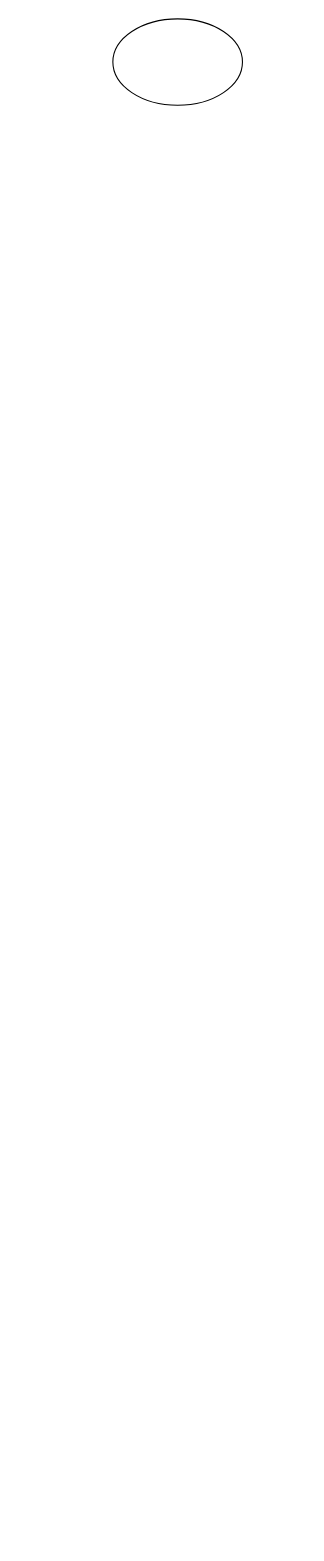
Before: Lab 1/Лаб16-17.drawio in b8enly/Alg, a draw.io diagram. Source tidied: cells renumbered, new cells numbered last; positions are measured from the earlier drawing's top-left corner, leaving out a move shared by most shapes. Both pictures are drawn from the tidied source at 108%, with x=0, y=0 at pixel (112, 18).
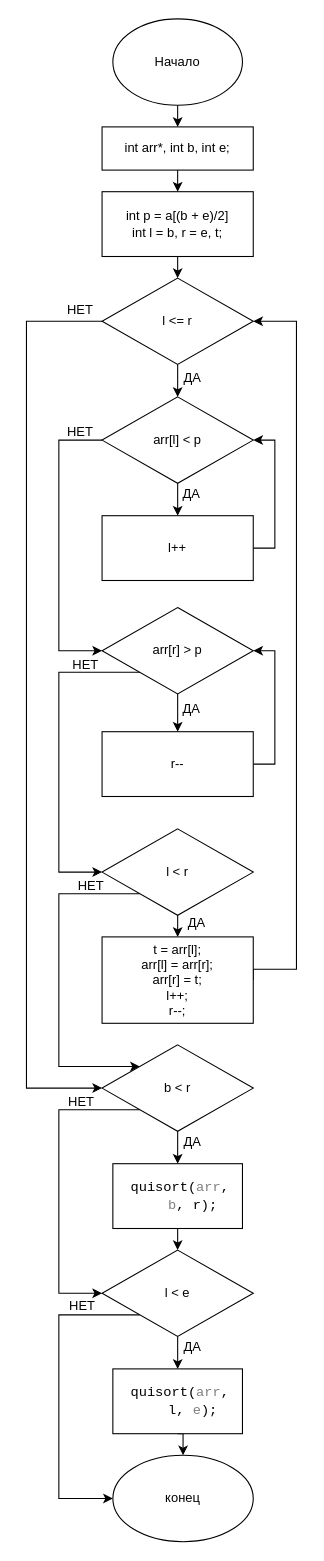
The same diagram, later.

Unchanged cells that the change refers to:
```xml
<mxCell id="2" style="ellipse;whiteSpace=wrap;html=1;" parent="1" vertex="1">
  <mxGeometry width="120" height="80" as="geometry" />
</mxCell>
```

The edit, as a diff of the source:
```diff
@@
+    <mxCell id="3" style="edgeStyle=orthogonalEdgeStyle;rounded=0;jettySize=auto;html=1;exitX=0.5;exitY=1;exitDx=0;exitDy=0;entryX=0.5;entryY=0;entryDx=0;entryDy=0;" parent="1" edge="1" source="2" target="5">
+      <mxGeometry relative="1" as="geometry" />
+    </mxCell>
@@
+    <mxCell id="4" style="edgeStyle=orthogonalEdgeStyle;rounded=0;jettySize=auto;html=1;exitX=0.5;exitY=1;exitDx=0;exitDy=0;entryX=0.5;entryY=0;entryDx=0;entryDy=0;" parent="1" edge="1" source="5" target="35">
+      <mxGeometry relative="1" as="geometry" />
+    </mxCell>
+    <mxCell id="5" style="rounded=0;whiteSpace=wrap;html=1;" parent="1" vertex="1">
+      <mxGeometry x="-10" y="100" width="140" height="40" as="geometry" />
+    </mxCell>
+    <mxCell id="6" style="edgeStyle=orthogonalEdgeStyle;rounded=0;jettySize=auto;html=1;exitX=0.5;exitY=1;exitDx=0;exitDy=0;entryX=0.5;entryY=0;entryDx=0;entryDy=0;" parent="1" edge="1" source="8" target="11">
+      <mxGeometry relative="1" as="geometry" />
+    </mxCell>
+    <mxCell id="7" style="edgeStyle=orthogonalEdgeStyle;rounded=0;jettySize=auto;html=1;exitX=0;exitY=0.5;exitDx=0;exitDy=0;entryX=0;entryY=0.5;entryDx=0;entryDy=0;" parent="1" edge="1" source="8" target="22">
+      <mxGeometry relative="1" as="geometry">
+        <Array as="points">
+          <mxPoint x="-80" y="280" />
+          <mxPoint x="-80" y="990" />
+        </Array>
+      </mxGeometry>
+    </mxCell>
+    <mxCell id="8" style="rhombus;whiteSpace=wrap;html=1;" parent="1" vertex="1">
+      <mxGeometry x="-10" y="240" width="140" height="80" as="geometry" />
+    </mxCell>
+    <mxCell id="9" style="edgeStyle=orthogonalEdgeStyle;rounded=0;jettySize=auto;html=1;exitX=0.5;exitY=1;exitDx=0;exitDy=0;entryX=0.5;entryY=0;entryDx=0;entryDy=0;" parent="1" edge="1" source="11" target="38">
+      <mxGeometry relative="1" as="geometry" />
+    </mxCell>
+    <mxCell id="10" style="edgeStyle=orthogonalEdgeStyle;rounded=0;jettySize=auto;html=1;exitX=0;exitY=0.5;exitDx=0;exitDy=0;entryX=0;entryY=0.5;entryDx=0;entryDy=0;" parent="1" edge="1" source="11" target="14">
+      <mxGeometry relative="1" as="geometry">
+        <Array as="points">
+          <mxPoint x="-50" y="390" />
+          <mxPoint x="-50" y="585" />
+        </Array>
+      </mxGeometry>
+    </mxCell>
+    <mxCell id="11" style="rhombus;whiteSpace=wrap;html=1;" parent="1" vertex="1">
+      <mxGeometry x="-10" y="350" width="140" height="80" as="geometry" />
+    </mxCell>
+    <mxCell id="12" style="edgeStyle=orthogonalEdgeStyle;rounded=0;jettySize=auto;html=1;exitX=0;exitY=1;exitDx=0;exitDy=0;entryX=0;entryY=0.5;entryDx=0;entryDy=0;" parent="1" edge="1" source="14" target="17">
+      <mxGeometry relative="1" as="geometry">
+        <Array as="points">
+          <mxPoint x="-50" y="605" />
+          <mxPoint x="-50" y="790" />
+        </Array>
+      </mxGeometry>
+    </mxCell>
+    <mxCell id="13" style="edgeStyle=orthogonalEdgeStyle;rounded=0;jettySize=auto;html=1;exitX=0.5;exitY=1;exitDx=0;exitDy=0;entryX=0.5;entryY=0;entryDx=0;entryDy=0;" parent="1" edge="1" source="14" target="40">
+      <mxGeometry relative="1" as="geometry" />
+    </mxCell>
+    <mxCell id="14" style="rhombus;whiteSpace=wrap;html=1;" parent="1" vertex="1">
+      <mxGeometry x="-10" y="545" width="140" height="80" as="geometry" />
+    </mxCell>
+    <mxCell id="15" style="edgeStyle=orthogonalEdgeStyle;rounded=0;jettySize=auto;html=1;exitX=0.5;exitY=1;exitDx=0;exitDy=0;entryX=0.5;entryY=0;entryDx=0;entryDy=0;" parent="1" edge="1" source="17" target="19">
+      <mxGeometry relative="1" as="geometry" />
+    </mxCell>
+    <mxCell id="16" style="edgeStyle=orthogonalEdgeStyle;rounded=0;jettySize=auto;html=1;exitX=0;exitY=1;exitDx=0;exitDy=0;entryX=0;entryY=0;entryDx=0;entryDy=0;" parent="1" edge="1" source="17" target="22">
+      <mxGeometry relative="1" as="geometry">
+        <Array as="points">
+          <mxPoint x="-50" y="810" />
+          <mxPoint x="-50" y="970" />
+        </Array>
+      </mxGeometry>
+    </mxCell>
+    <mxCell id="17" style="rhombus;whiteSpace=wrap;html=1;" parent="1" vertex="1">
+      <mxGeometry x="-10" y="750" width="140" height="80" as="geometry" />
+    </mxCell>
+    <mxCell id="18" style="edgeStyle=orthogonalEdgeStyle;rounded=0;jettySize=auto;html=1;exitX=1;exitY=0.5;exitDx=0;exitDy=0;entryX=1;entryY=0.5;entryDx=0;entryDy=0;" parent="1" edge="1" source="19" target="8">
+      <mxGeometry relative="1" as="geometry">
+        <Array as="points">
+          <mxPoint x="170" y="880" />
+          <mxPoint x="170" y="280" />
+        </Array>
+      </mxGeometry>
+    </mxCell>
+    <mxCell id="19" style="rounded=0;whiteSpace=wrap;html=1;" parent="1" vertex="1">
+      <mxGeometry x="-10" y="850" width="140" height="80" as="geometry" />
+    </mxCell>
+    <mxCell id="20" style="edgeStyle=orthogonalEdgeStyle;rounded=0;jettySize=auto;html=1;exitX=0.5;exitY=1;exitDx=0;exitDy=0;entryX=0.5;entryY=0;entryDx=0;entryDy=0;" parent="1" edge="1" source="22" target="28">
+      <mxGeometry relative="1" as="geometry" />
+    </mxCell>
+    <mxCell id="21" style="edgeStyle=orthogonalEdgeStyle;rounded=0;jettySize=auto;html=1;exitX=0;exitY=1;exitDx=0;exitDy=0;entryX=0;entryY=0.5;entryDx=0;entryDy=0;" parent="1" edge="1" source="22" target="25">
+      <mxGeometry relative="1" as="geometry">
+        <Array as="points">
+          <mxPoint x="-50" y="1010" />
+          <mxPoint x="-50" y="1180" />
+        </Array>
+      </mxGeometry>
+    </mxCell>
+    <mxCell id="22" style="rhombus;whiteSpace=wrap;html=1;" parent="1" vertex="1">
+      <mxGeometry x="-10" y="950" width="140" height="80" as="geometry" />
+    </mxCell>
+    <mxCell id="23" style="edgeStyle=orthogonalEdgeStyle;rounded=0;jettySize=auto;html=1;exitX=0.5;exitY=1;exitDx=0;exitDy=0;entryX=0.5;entryY=0;entryDx=0;entryDy=0;" parent="1" edge="1" source="25" target="30">
+      <mxGeometry relative="1" as="geometry" />
+    </mxCell>
+    <mxCell id="24" style="edgeStyle=orthogonalEdgeStyle;rounded=0;jettySize=auto;html=1;exitX=0;exitY=1;exitDx=0;exitDy=0;entryX=0;entryY=0.5;entryDx=0;entryDy=0;" parent="1" edge="1" source="25" target="31">
+      <mxGeometry relative="1" as="geometry">
+        <Array as="points">
+          <mxPoint x="-50" y="1200" />
+          <mxPoint x="-50" y="1370" />
+        </Array>
+      </mxGeometry>
+    </mxCell>
+    <mxCell id="25" style="rhombus;whiteSpace=wrap;html=1;" parent="1" vertex="1">
+      <mxGeometry x="-10" y="1140" width="140" height="80" as="geometry" />
+    </mxCell>
+    <mxCell id="26" value="Начало" style="text;html=1;strokeColor=none;fillColor=none;align=center;verticalAlign=middle;whiteSpace=wrap;rounded=0;" parent="1" vertex="1">
+      <mxGeometry x="10" y="30" width="100" height="20" as="geometry" />
+    </mxCell>
+    <mxCell id="27" style="edgeStyle=orthogonalEdgeStyle;rounded=0;jettySize=auto;html=1;exitX=0.5;exitY=1;exitDx=0;exitDy=0;entryX=0.5;entryY=0;entryDx=0;entryDy=0;" parent="1" edge="1" source="28" target="25">
+      <mxGeometry relative="1" as="geometry" />
+    </mxCell>
+    <mxCell id="28" style="rounded=0;whiteSpace=wrap;html=1;" parent="1" vertex="1">
+      <mxGeometry y="1060" width="120" height="60" as="geometry" />
+    </mxCell>
+    <mxCell id="29" style="edgeStyle=orthogonalEdgeStyle;rounded=0;jettySize=auto;html=1;exitX=0.5;exitY=1;exitDx=0;exitDy=0;entryX=0.5;entryY=0;entryDx=0;entryDy=0;" parent="1" edge="1" source="30" target="31">
+      <mxGeometry relative="1" as="geometry" />
+    </mxCell>
+    <mxCell id="30" style="rounded=0;whiteSpace=wrap;html=1;" parent="1" vertex="1">
+      <mxGeometry y="1250" width="120" height="60" as="geometry" />
+    </mxCell>
+    <mxCell id="31" style="ellipse;whiteSpace=wrap;html=1;" parent="1" vertex="1">
+      <mxGeometry y="1330" width="130" height="80" as="geometry" />
+    </mxCell>
+    <mxCell id="32" style="rounded=0;whiteSpace=wrap;html=1;" parent="1" vertex="1">
+      <mxGeometry x="-10" y="160" width="140" height="60" as="geometry" />
+    </mxCell>
+    <mxCell id="33" value="int arr*, int b, int e;" style="text;html=1;strokeColor=none;fillColor=none;align=center;verticalAlign=middle;whiteSpace=wrap;rounded=0;" parent="1" vertex="1">
+      <mxGeometry x="-10" y="110" width="140" height="20" as="geometry" />
+    </mxCell>
+    <mxCell id="34" style="edgeStyle=orthogonalEdgeStyle;rounded=0;jettySize=auto;html=1;exitX=0.5;exitY=1;exitDx=0;exitDy=0;entryX=0.5;entryY=0;entryDx=0;entryDy=0;" parent="1" edge="1" source="35" target="8">
+      <mxGeometry relative="1" as="geometry" />
+    </mxCell>
+    <mxCell id="35" value="int p = a[(b + e)/2]&lt;br&gt;int l = b, r = e, t;" style="text;html=1;strokeColor=none;fillColor=none;align=center;verticalAlign=middle;whiteSpace=wrap;rounded=0;" parent="1" vertex="1">
+      <mxGeometry x="-10" y="160" width="140" height="60" as="geometry" />
+    </mxCell>
+    <mxCell id="36" value="l &amp;lt;= r" style="text;html=1;strokeColor=none;fillColor=none;align=center;verticalAlign=middle;whiteSpace=wrap;rounded=0;" parent="1" vertex="1">
+      <mxGeometry x="10" y="270" width="100" height="20" as="geometry" />
+    </mxCell>
+    <mxCell id="37" value="arr[l] &amp;lt; p" style="text;html=1;strokeColor=none;fillColor=none;align=center;verticalAlign=middle;whiteSpace=wrap;rounded=0;" parent="1" vertex="1">
+      <mxGeometry x="10" y="380" width="100" height="20" as="geometry" />
+    </mxCell>
+    <mxCell id="38" style="rounded=0;whiteSpace=wrap;html=1;" parent="1" vertex="1">
+      <mxGeometry x="-10" y="460" width="140" height="60" as="geometry" />
+    </mxCell>
+    <mxCell id="39" style="edgeStyle=orthogonalEdgeStyle;rounded=0;jettySize=auto;html=1;exitX=1;exitY=0.5;exitDx=0;exitDy=0;entryX=1;entryY=0.5;entryDx=0;entryDy=0;" parent="1" edge="1" source="40" target="14">
+      <mxGeometry relative="1" as="geometry" />
+    </mxCell>
+    <mxCell id="40" style="rounded=0;whiteSpace=wrap;html=1;" parent="1" vertex="1">
+      <mxGeometry x="-10" y="660" width="140" height="60" as="geometry" />
+    </mxCell>
+    <mxCell id="41" style="edgeStyle=orthogonalEdgeStyle;rounded=0;jettySize=auto;html=1;exitX=1;exitY=0.5;exitDx=0;exitDy=0;entryX=1;entryY=0.5;entryDx=0;entryDy=0;" parent="1" edge="1" source="42" target="11">
+      <mxGeometry relative="1" as="geometry" />
+    </mxCell>
+    <mxCell id="42" value="l++" style="text;html=1;strokeColor=none;fillColor=none;align=center;verticalAlign=middle;whiteSpace=wrap;rounded=0;" parent="1" vertex="1">
+      <mxGeometry x="-10" y="480" width="140" height="20" as="geometry" />
+    </mxCell>
+    <mxCell id="43" value="arr[r] &amp;gt; p" style="text;html=1;strokeColor=none;fillColor=none;align=center;verticalAlign=middle;whiteSpace=wrap;rounded=0;" parent="1" vertex="1">
+      <mxGeometry x="10" y="575" width="100" height="20" as="geometry" />
+    </mxCell>
+    <mxCell id="44" value="r--" style="text;html=1;strokeColor=none;fillColor=none;align=center;verticalAlign=middle;whiteSpace=wrap;rounded=0;" parent="1" vertex="1">
+      <mxGeometry x="-10" y="680" width="140" height="20" as="geometry" />
+    </mxCell>
+    <mxCell id="45" value="l &amp;lt; r" style="text;html=1;strokeColor=none;fillColor=none;align=center;verticalAlign=middle;whiteSpace=wrap;rounded=0;" parent="1" vertex="1">
+      <mxGeometry x="20" y="780" width="80" height="20" as="geometry" />
+    </mxCell>
+    <mxCell id="46" value="&lt;div&gt;t = arr[l];&lt;/div&gt;&lt;div&gt;arr[l] = arr[r];&lt;/div&gt;&lt;div&gt;arr[r] = t;&lt;/div&gt;&lt;div&gt;l++;&lt;/div&gt;&lt;div&gt;r--;&lt;/div&gt;" style="text;html=1;strokeColor=none;fillColor=none;align=center;verticalAlign=middle;whiteSpace=wrap;rounded=0;" parent="1" vertex="1">
+      <mxGeometry x="-10" y="850" width="140" height="80" as="geometry" />
+    </mxCell>
+    <mxCell id="47" value="b &amp;lt; r" style="text;html=1;strokeColor=none;fillColor=none;align=center;verticalAlign=middle;whiteSpace=wrap;rounded=0;" parent="1" vertex="1">
+      <mxGeometry x="10" y="980" width="100" height="20" as="geometry" />
+    </mxCell>
+    <mxCell id="48" value="l &amp;lt; e" style="text;html=1;strokeColor=none;fillColor=none;align=center;verticalAlign=middle;whiteSpace=wrap;rounded=0;" parent="1" vertex="1">
+      <mxGeometry x="10" y="1170" width="100" height="20" as="geometry" />
+    </mxCell>
+    <mxCell id="49" value="&lt;p class=&quot;MsoListParagraph&quot; style=&quot;margin-left: 0.3in ; text-indent: -0.25in&quot;&gt;&lt;span lang=&quot;EN-US&quot; style=&quot;font-size: 9.5pt ; font-family: &amp;#34;consolas&amp;#34;&quot;&gt;quisort(&lt;/span&gt;&lt;span lang=&quot;EN-US&quot; style=&quot;font-size: 9.5pt ; font-family: &amp;#34;consolas&amp;#34; ; color: gray&quot;&gt;arr&lt;/span&gt;&lt;span lang=&quot;EN-US&quot; style=&quot;font-size: 9.5pt ; font-family: &amp;#34;consolas&amp;#34;&quot;&gt;, &lt;/span&gt;&lt;span lang=&quot;EN-US&quot; style=&quot;font-size: 9.5pt ; font-family: &amp;#34;consolas&amp;#34; ; color: gray&quot;&gt;b&lt;/span&gt;&lt;span lang=&quot;EN-US&quot; style=&quot;font-size: 9.5pt ; font-family: &amp;#34;consolas&amp;#34;&quot;&gt;, r);&lt;/span&gt;&lt;/p&gt;" style="text;html=1;strokeColor=none;fillColor=none;align=center;verticalAlign=middle;whiteSpace=wrap;rounded=0;" parent="1" vertex="1">
+      <mxGeometry y="1070" width="120" height="40" as="geometry" />
+    </mxCell>
+    <mxCell id="50" value="&lt;p class=&quot;MsoListParagraph&quot; style=&quot;margin-left: 0.3in ; text-indent: -0.25in&quot;&gt;&lt;span lang=&quot;EN-US&quot; style=&quot;font-size: 9.5pt ; font-family: &amp;#34;consolas&amp;#34;&quot;&gt;quisort(&lt;/span&gt;&lt;span lang=&quot;EN-US&quot; style=&quot;font-size: 9.5pt ; font-family: &amp;#34;consolas&amp;#34; ; color: gray&quot;&gt;arr&lt;/span&gt;&lt;span lang=&quot;EN-US&quot; style=&quot;font-size: 9.5pt ; font-family: &amp;#34;consolas&amp;#34;&quot;&gt;, l, &lt;/span&gt;&lt;span lang=&quot;EN-US&quot; style=&quot;font-size: 9.5pt ; font-family: &amp;#34;consolas&amp;#34; ; color: gray&quot;&gt;e&lt;/span&gt;&lt;span lang=&quot;EN-US&quot; style=&quot;font-size: 9.5pt ; font-family: &amp;#34;consolas&amp;#34;&quot;&gt;);&lt;/span&gt;&lt;/p&gt;" style="text;html=1;strokeColor=none;fillColor=none;align=center;verticalAlign=middle;whiteSpace=wrap;rounded=0;" parent="1" vertex="1">
+      <mxGeometry y="1260" width="120" height="40" as="geometry" />
+    </mxCell>
+    <mxCell id="51" value="конец" style="text;html=1;strokeColor=none;fillColor=none;align=center;verticalAlign=middle;whiteSpace=wrap;rounded=0;" parent="1" vertex="1">
+      <mxGeometry x="10" y="1360" width="110" height="20" as="geometry" />
+    </mxCell>
+    <mxCell id="52" value="НЕТ" style="text;html=1;strokeColor=none;fillColor=none;align=center;verticalAlign=middle;whiteSpace=wrap;rounded=0;" parent="1" vertex="1">
+      <mxGeometry x="-50" y="260" width="40" height="20" as="geometry" />
+    </mxCell>
+    <mxCell id="53" value="ДА" style="text;html=1;strokeColor=none;fillColor=none;align=center;verticalAlign=middle;whiteSpace=wrap;rounded=0;" parent="1" vertex="1">
+      <mxGeometry x="54" y="323" width="40" height="20" as="geometry" />
+    </mxCell>
+    <mxCell id="54" value="НЕТ" style="text;html=1;strokeColor=none;fillColor=none;align=center;verticalAlign=middle;whiteSpace=wrap;rounded=0;" parent="1" vertex="1">
+      <mxGeometry x="-50" y="373" width="40" height="20" as="geometry" />
+    </mxCell>
+    <mxCell id="55" value="ДА" style="text;html=1;strokeColor=none;fillColor=none;align=center;verticalAlign=middle;whiteSpace=wrap;rounded=0;" parent="1" vertex="1">
+      <mxGeometry x="53" y="430" width="40" height="20" as="geometry" />
+    </mxCell>
+    <mxCell id="56" value="НЕТ" style="text;html=1;strokeColor=none;fillColor=none;align=center;verticalAlign=middle;whiteSpace=wrap;rounded=0;" parent="1" vertex="1">
+      <mxGeometry x="-45" y="588" width="40" height="20" as="geometry" />
+    </mxCell>
+    <mxCell id="57" value="ДА" style="text;html=1;strokeColor=none;fillColor=none;align=center;verticalAlign=middle;whiteSpace=wrap;rounded=0;" parent="1" vertex="1">
+      <mxGeometry x="53" y="629" width="40" height="20" as="geometry" />
+    </mxCell>
+    <mxCell id="58" value="НЕТ" style="text;html=1;strokeColor=none;fillColor=none;align=center;verticalAlign=middle;whiteSpace=wrap;rounded=0;" parent="1" vertex="1">
+      <mxGeometry x="-40" y="793" width="40" height="20" as="geometry" />
+    </mxCell>
+    <mxCell id="59" value="ДА" style="text;html=1;strokeColor=none;fillColor=none;align=center;verticalAlign=middle;whiteSpace=wrap;rounded=0;" parent="1" vertex="1">
+      <mxGeometry x="58" y="827" width="40" height="20" as="geometry" />
+    </mxCell>
+    <mxCell id="60" value="НЕТ" style="text;html=1;strokeColor=none;fillColor=none;align=center;verticalAlign=middle;whiteSpace=wrap;rounded=0;" parent="1" vertex="1">
+      <mxGeometry x="-49" y="993" width="40" height="20" as="geometry" />
+    </mxCell>
+    <mxCell id="61" value="ДА" style="text;html=1;strokeColor=none;fillColor=none;align=center;verticalAlign=middle;whiteSpace=wrap;rounded=0;" parent="1" vertex="1">
+      <mxGeometry x="54" y="1030" width="40" height="20" as="geometry" />
+    </mxCell>
+    <mxCell id="62" value="НЕТ" style="text;html=1;strokeColor=none;fillColor=none;align=center;verticalAlign=middle;whiteSpace=wrap;rounded=0;" parent="1" vertex="1">
+      <mxGeometry x="-48" y="1182" width="40" height="20" as="geometry" />
+    </mxCell>
+    <mxCell id="63" value="ДА" style="text;html=1;strokeColor=none;fillColor=none;align=center;verticalAlign=middle;whiteSpace=wrap;rounded=0;" parent="1" vertex="1">
+      <mxGeometry x="54" y="1220" width="40" height="20" as="geometry" />
+    </mxCell>
```
